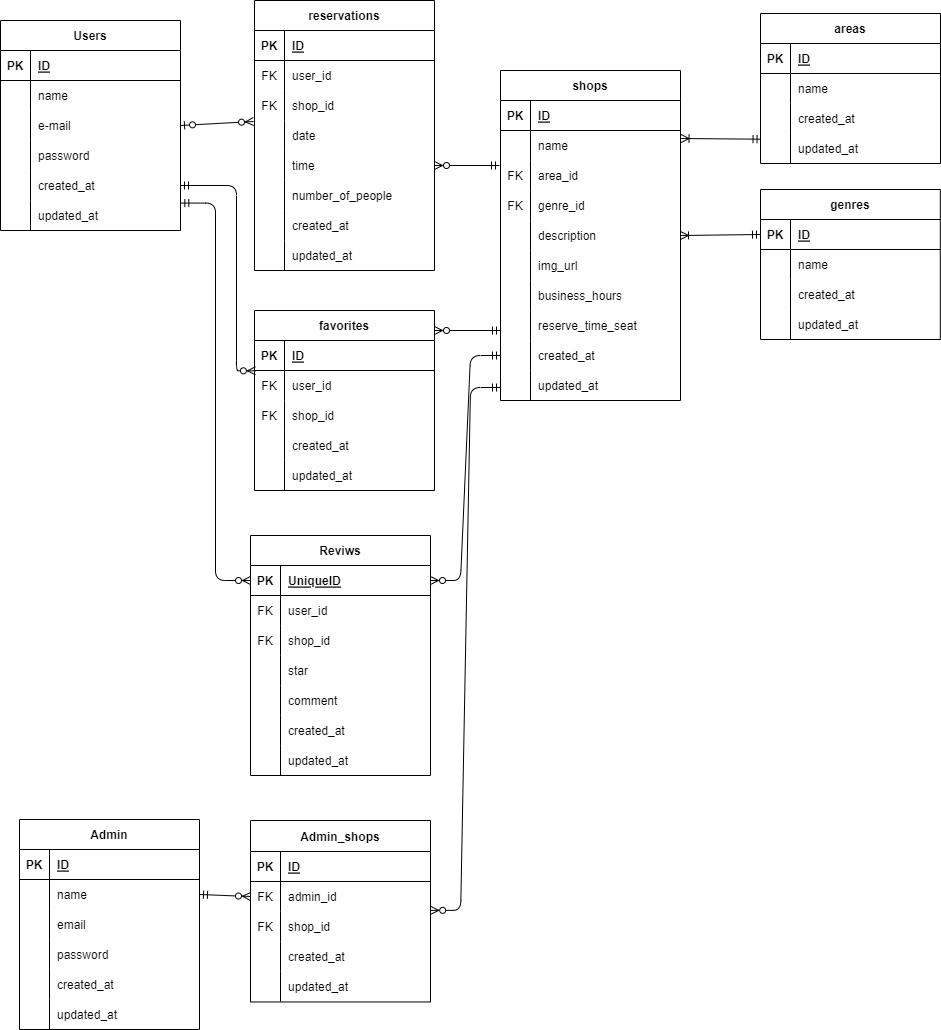
Earlier version of the draw.io export ER.drawio.png (yuriF5/advance). Source tidied: cells renumbered, new cells last; positions are measured from the earlier drawing's top-left corner, leaving out a move shared by most shapes.
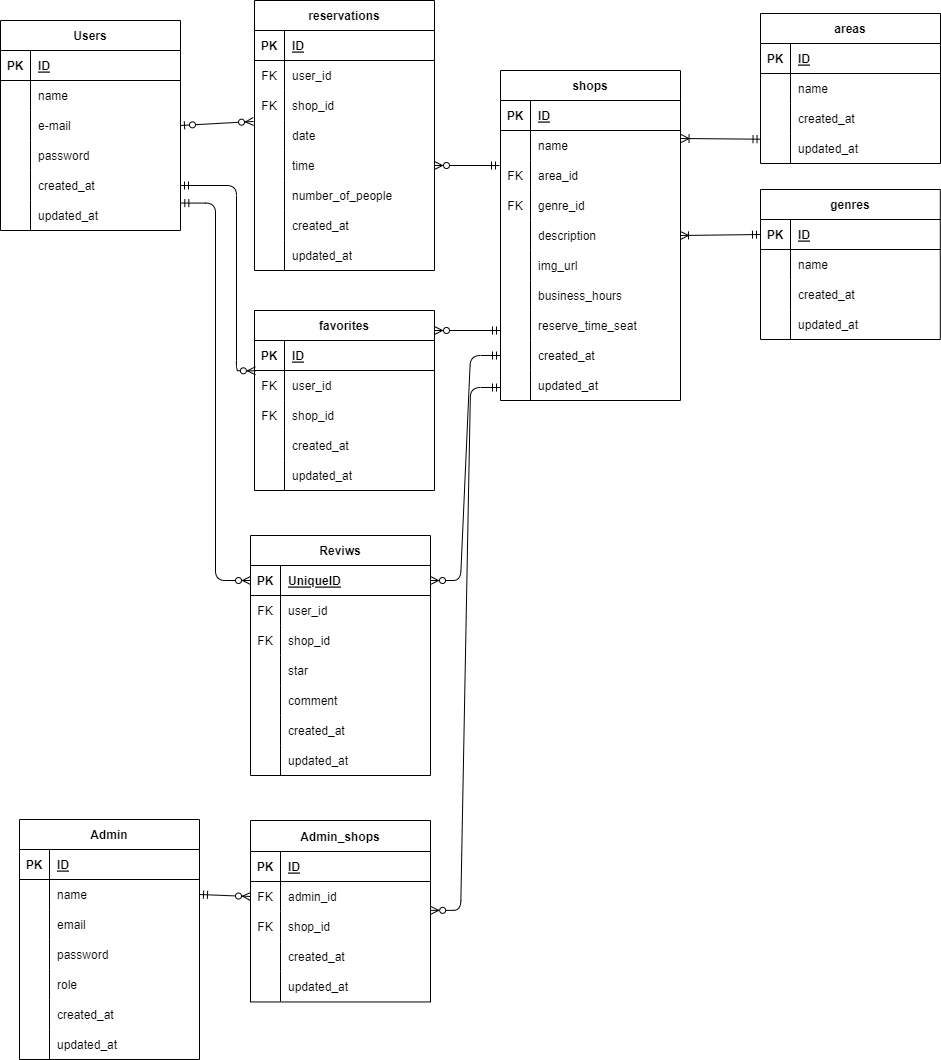
The same file after the commit.

Diff of the diagram source:
```diff
@@ -383,7 +383,7 @@
       </mxGeometry>
     </mxCell>
     <mxCell id="125" value="Admin" style="shape=table;startSize=30;rowLines=0;fontStyle=1;align=center;" parent="1" vertex="1">
-      <mxGeometry x="19" y="819" width="180" height="210" as="geometry" />
+      <mxGeometry x="19" y="819" width="180" height="240" as="geometry" />
     </mxCell>
     <mxCell id="126" style="shape=tableRow;horizontal=0;startSize=0;swimlaneHead=0;swimlaneBody=0;fillColor=none;top=0;left=0;right=0;bottom=1;" parent="125" vertex="1">
       <mxGeometry y="30" width="180" height="30" as="geometry" />
@@ -421,8 +421,17 @@
     <mxCell id="137" value="password" style="shape=partialRectangle;fillColor=none;top=0;left=0;bottom=0;right=0;align=left;spacingLeft=6;overflow=hidden;" parent="135" vertex="1">
       <mxGeometry x="30" width="150" height="30" as="geometry" />
     </mxCell>
+    <mxCell id="186" style="shape=tableRow;horizontal=0;startSize=0;swimlaneHead=0;swimlaneBody=0;fillColor=none;top=0;left=0;right=0;bottom=0;" parent="125" vertex="1">
+      <mxGeometry y="150" width="180" height="30" as="geometry" />
+    </mxCell>
+    <mxCell id="187" style="shape=partialRectangle;fillColor=none;top=0;left=0;bottom=0;right=0;overflow=hidden;" parent="186" vertex="1">
+      <mxGeometry width="30" height="30" as="geometry" />
+    </mxCell>
+    <mxCell id="188" value="role" style="shape=partialRectangle;fillColor=none;top=0;left=0;bottom=0;right=0;align=left;spacingLeft=6;overflow=hidden;" parent="186" vertex="1">
+      <mxGeometry x="30" width="150" height="30" as="geometry" />
+    </mxCell>
     <mxCell id="138" style="shape=tableRow;horizontal=0;startSize=0;swimlaneHead=0;swimlaneBody=0;fillColor=none;top=0;left=0;right=0;bottom=0;" parent="125" vertex="1">
-      <mxGeometry y="150" width="180" height="30" as="geometry" />
+      <mxGeometry y="180" width="180" height="30" as="geometry" />
     </mxCell>
     <mxCell id="139" style="shape=partialRectangle;fillColor=none;top=0;left=0;bottom=0;right=0;overflow=hidden;" parent="138" vertex="1">
       <mxGeometry width="30" height="30" as="geometry" />
@@ -431,7 +440,7 @@
       <mxGeometry x="30" width="150" height="30" as="geometry" />
     </mxCell>
     <mxCell id="141" style="shape=tableRow;horizontal=0;startSize=0;swimlaneHead=0;swimlaneBody=0;fillColor=none;top=0;left=0;right=0;bottom=0;" parent="125" vertex="1">
-      <mxGeometry y="180" width="180" height="30" as="geometry" />
+      <mxGeometry y="210" width="180" height="30" as="geometry" />
     </mxCell>
     <mxCell id="142" style="shape=partialRectangle;fillColor=none;top=0;left=0;bottom=0;right=0;overflow=hidden;" parent="141" vertex="1">
       <mxGeometry width="30" height="30" as="geometry" />
```
